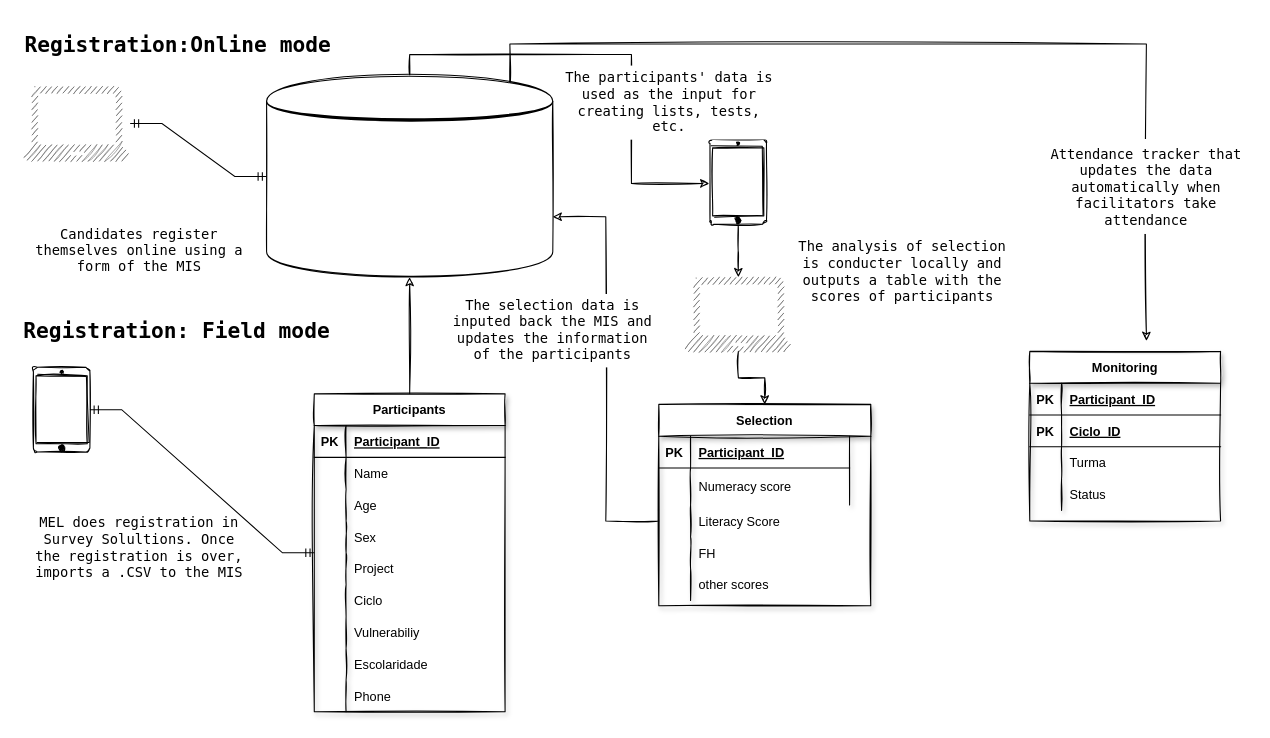
Earlier version of the draw.io diagram MISdataFlow.drawio (araupontones/MIS). Source tidied: cells renumbered, new cells numbered last; positions are measured from the earlier drawing's top-left corner, leaving out a move shared by most shapes. Both pictures are drawn from the tidied source at 106%, with x=0, y=0 at pixel (22, 22).
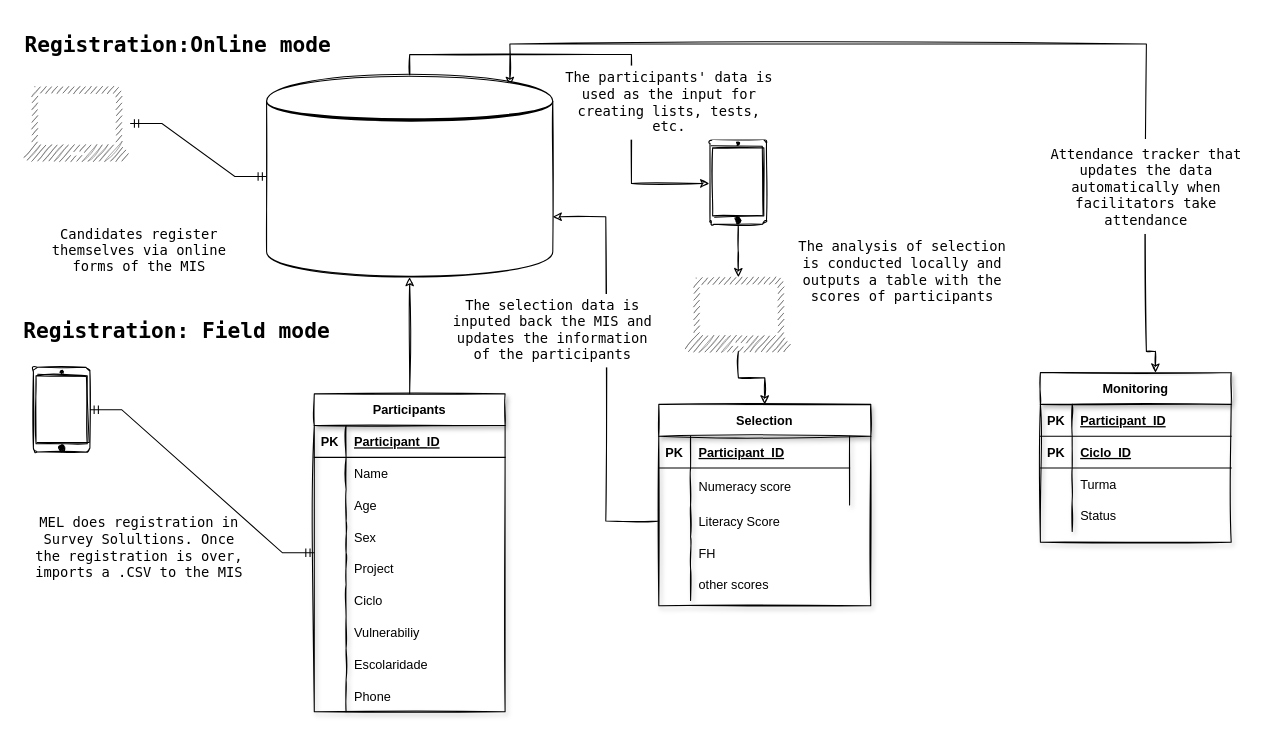
Above is the later version.

The change refers to these unchanged cells:
```xml
<mxCell id="35" style="shape=datastore;whiteSpace=wrap;html=1;strokeColor=#000000;sketch=1;" parent="1" vertex="1">
  <mxGeometry x="230" y="50" width="270" height="190" as="geometry" />
</mxCell>
```

Diff of the diagram source:
```diff
@@
-    <mxCell id="34" style="edgeStyle=orthogonalEdgeStyle;rounded=0;sketch=1;jettySize=auto;html=1;exitX=0.85;exitY=0.05;exitDx=0;exitDy=0;exitPerimeter=0;fontFamily=Lucida Console;fontSize=20;" parent="1" edge="1" source="35">
+    <mxCell id="34" style="edgeStyle=orthogonalEdgeStyle;rounded=0;sketch=1;jettySize=auto;html=1;exitX=0.85;exitY=0.05;exitDx=0;exitDy=0;exitPerimeter=0;fontFamily=Lucida Console;fontSize=20;startArrow=classic;startFill=0;entryX=0.603;entryY=0;entryDx=0;entryDy=0;entryPerimeter=0;" parent="1" edge="1" source="35" target="55">
       <mxGeometry relative="1" as="geometry">
-        <mxPoint x="1060" y="300" as="targetPoint" />
         <Array as="points">
           <mxPoint x="460" y="20" />
           <mxPoint x="1060" y="20" />
+          <mxPoint x="1060" y="310" />
         </Array>
       </mxGeometry>
     </mxCell>
@@
     <mxCell id="55" value="Monitoring" style="shape=table;startSize=30;childLayout=tableLayout;rowLines=0;fontStyle=1;align=center;sketch=1;swimlaneLine=1;shadow=1;" parent="1" vertex="1">
-      <mxGeometry x="950" y="310" width="180" height="160" as="geometry" />
+      <mxGeometry x="960" y="330" width="180" height="160" as="geometry" />
     </mxCell>
@@
-    <mxCell id="73" value="&lt;font face=&quot;Lucida Console&quot;&gt;&lt;span style=&quot;font-size: 13px&quot;&gt;Candidates register themselves online using a form of the MIS&lt;/span&gt;&lt;/font&gt;" style="text;html=1;strokeColor=none;fillColor=none;align=center;verticalAlign=middle;whiteSpace=wrap;rounded=0;shadow=1;sketch=1;" parent="1" vertex="1">
+    <mxCell id="73" value="&lt;font face=&quot;Lucida Console&quot;&gt;&lt;span style=&quot;font-size: 13px&quot;&gt;Candidates register themselves via online forms of the MIS&lt;/span&gt;&lt;/font&gt;" style="text;html=1;strokeColor=none;fillColor=none;align=center;verticalAlign=middle;whiteSpace=wrap;rounded=0;shadow=1;sketch=1;" parent="1" vertex="1">
       <mxGeometry x="10" y="180" width="200" height="70" as="geometry" />
     </mxCell>
@@
-    <mxCell id="77" value="&lt;font face=&quot;Lucida Console&quot;&gt;&lt;span style=&quot;font-size: 13px&quot;&gt;The analysis of selection is conducter locally and outputs a table with the scores of participants&lt;/span&gt;&lt;/font&gt;" style="text;html=1;strokeColor=none;fillColor=none;align=center;verticalAlign=middle;whiteSpace=wrap;rounded=0;shadow=1;sketch=1;" parent="1" vertex="1">
+    <mxCell id="77" value="&lt;font face=&quot;Lucida Console&quot;&gt;&lt;span style=&quot;font-size: 13px&quot;&gt;The analysis of selection is conducted locally and outputs a table with the scores of participants&lt;/span&gt;&lt;/font&gt;" style="text;html=1;strokeColor=none;fillColor=none;align=center;verticalAlign=middle;whiteSpace=wrap;rounded=0;shadow=1;sketch=1;" parent="1" vertex="1">
       <mxGeometry x="730" y="200" width="200" height="70" as="geometry" />
     </mxCell>
```
